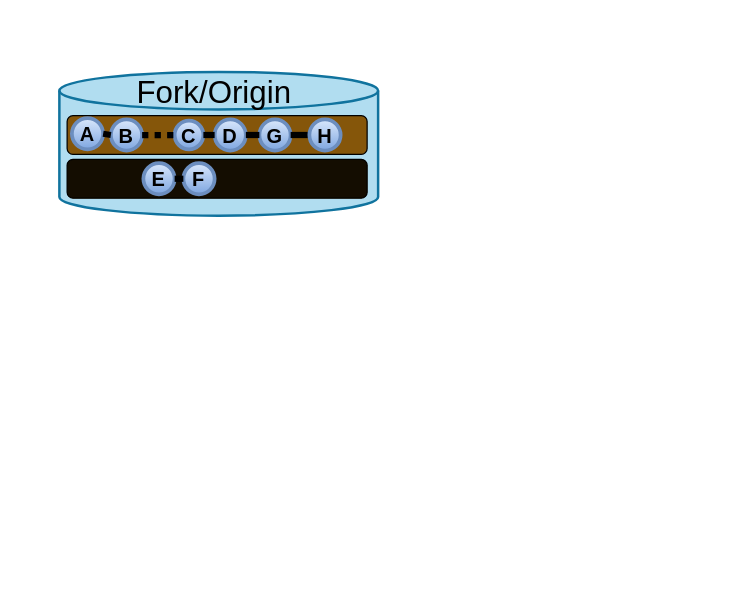
Earlier version of the draw.io diagram materials/images/BaseDiagram.drawio (HFOSSedu/GitKit-Codespace). Source tidied: cells renumbered, new cells numbered last; positions are measured from the earlier drawing's top-left corner, leaving out a move shared by most shapes. Both pictures are drawn from the tidied source at 125%, with x=0, y=0 at pixel (21, 21).
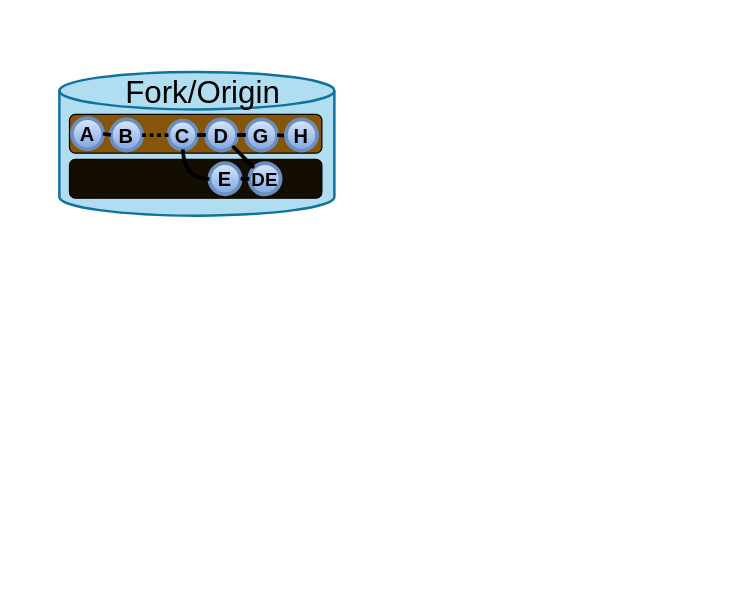
The same page after the edit.

Unchanged cells that the change refers to:
```xml
<mxCell id="9" value="A" style="ellipse;whiteSpace=wrap;html=1;fillColor=#dae8fc;fontSize=16;fontStyle=1;gradientColor=#7ea6e0;strokeColor=#6c8ebf;strokeWidth=3;" parent="1" vertex="1">
  <mxGeometry x="40" y="77" width="25" height="25" as="geometry" />
</mxCell>
<mxCell id="13" value="B" style="ellipse;whiteSpace=wrap;html=1;fillColor=#dae8fc;fontSize=16;fontStyle=1;gradientColor=#7ea6e0;strokeColor=#6c8ebf;strokeWidth=3;" parent="1" vertex="1">
  <mxGeometry x="71.2" y="78" width="25" height="25" as="geometry" />
</mxCell>
```

The edit, as a diff of the source:
```diff
@@
     <mxCell id="2" style="shape=cylinder3;whiteSpace=wrap;html=1;boundedLbl=1;backgroundOutline=1;size=15;labelBackgroundColor=default;fillColor=#b1ddf0;strokeColor=#10739e;strokeWidth=2;" parent="1" vertex="1">
-      <mxGeometry x="30" y="40" width="255" height="115" as="geometry" />
+      <mxGeometry x="30" y="40" width="220" height="115" as="geometry" />
     </mxCell>
     <mxCell id="3" style="rounded=1;whiteSpace=wrap;html=1;labelBackgroundColor=default;labelBorderColor=default;fillColor=#85560A;fontColor=#000000;strokeColor=default;fillStyle=solid;" parent="1" vertex="1">
-      <mxGeometry x="36.2" y="75" width="240" height="31" as="geometry" />
+      <mxGeometry x="38.1" y="74" width="201.9" height="31" as="geometry" />
     </mxCell>
     <mxCell id="4" style="group;" parent="1" vertex="1">
-      <mxGeometry x="36.2" y="110" width="240" height="31" as="geometry" />
+      <mxGeometry x="38.1" y="110" width="201.9" height="31" as="geometry" />
     </mxCell>
     <mxCell id="5" style="rounded=1;whiteSpace=wrap;html=1;labelBackgroundColor=#FF9933;labelBorderColor=#FF9933;fillColor=#C98609;fontColor=#000000;strokeColor=#000000;" parent="4" vertex="1">
-      <mxGeometry width="240" height="31" as="geometry" />
+      <mxGeometry width="201.9" height="31" as="geometry" />
     </mxCell>
     <mxCell id="6" style="rounded=1;whiteSpace=wrap;html=1;labelBackgroundColor=none;labelBorderColor=none;fillColor=light-dark(#000000,#000000);fontColor=light-dark(#FFFFFF,#000000);strokeColor=none;fillStyle=cross-hatch;opacity=90;fontSize=20;" parent="4" vertex="1">
-      <mxGeometry width="240" height="31" as="geometry" />
+      <mxGeometry width="201.9" height="31" as="geometry" />
     </mxCell>
-    <mxCell id="7" value="F" style="ellipse;whiteSpace=wrap;html=1;fillColor=#dae8fc;fontSize=16;fontStyle=1;gradientColor=#7ea6e0;strokeColor=#6c8ebf;strokeWidth=3;" parent="4" vertex="1">
-      <mxGeometry x="93" y="3" width="25" height="25" as="geometry" />
-    </mxCell>
+    <mxCell id="14" value="E" style="ellipse;whiteSpace=wrap;html=1;fillColor=#dae8fc;fontSize=16;fontStyle=1;gradientColor=#7ea6e0;strokeColor=#6c8ebf;strokeWidth=3;" parent="4" vertex="1">
+      <mxGeometry x="111.9" y="3" width="25" height="25" as="geometry" />
+    </mxCell>
+    <mxCell id="26" value="&lt;font style=&quot;font-size: 15px;&quot;&gt;DE&lt;/font&gt;" style="ellipse;whiteSpace=wrap;html=1;fillColor=#dae8fc;fontSize=16;fontStyle=1;gradientColor=#7ea6e0;strokeColor=#6c8ebf;strokeWidth=3;" parent="4" vertex="1">
+      <mxGeometry x="143.9" y="3" width="25" height="25" as="geometry" />
+    </mxCell>
+    <mxCell id="27" style="endArrow=none;html=1;rounded=0;spacing=2;strokeWidth=3;exitX=1;exitY=0.5;exitDx=0;exitDy=0;entryX=0;entryY=0.5;entryDx=0;entryDy=0;" parent="4" edge="1" source="14" target="26">
+      <mxGeometry relative="1" as="geometry" />
+    </mxCell>
     <mxCell id="8" value="Fork/Origin" style="text;html=1;whiteSpace=wrap;strokeColor=none;fillColor=none;align=center;verticalAlign=middle;rounded=0;fontSize=25;" parent="1" vertex="1">
-      <mxGeometry x="65" y="40" width="177.5" height="30" as="geometry" />
+      <mxGeometry x="56.2" y="40" width="177.5" height="30" as="geometry" />
     </mxCell>
@@
     <mxCell id="10" value="C" style="ellipse;whiteSpace=wrap;html=1;fillColor=#dae8fc;fontSize=16;fontStyle=1;gradientColor=#7ea6e0;strokeColor=#6c8ebf;strokeWidth=3;" parent="1" vertex="1">
-      <mxGeometry x="122.2" y="79" width="23" height="23" as="geometry" />
+      <mxGeometry x="117.2" y="79" width="23" height="23" as="geometry" />
     </mxCell>
     <mxCell id="11" value="D" style="ellipse;whiteSpace=wrap;html=1;fillColor=#dae8fc;fontSize=16;fontStyle=1;gradientColor=#7ea6e0;strokeColor=#6c8ebf;strokeWidth=3;" parent="1" vertex="1">
-      <mxGeometry x="154.2" y="78" width="25" height="25" as="geometry" />
+      <mxGeometry x="147.2" y="78" width="25" height="25" as="geometry" />
     </mxCell>
-    <mxCell id="12" style="endArrow=none;html=1;rounded=0;spacing=2;strokeWidth=5;entryX=0;entryY=0.5;entryDx=0;entryDy=0;exitX=1;exitY=0.5;exitDx=0;exitDy=0;" parent="1" edge="1" source="10" target="11">
+    <mxCell id="12" style="endArrow=none;html=1;rounded=0;spacing=2;strokeWidth=3;entryX=0;entryY=0.5;entryDx=0;entryDy=0;exitX=1;exitY=0.5;exitDx=0;exitDy=0;" parent="1" edge="1" source="10" target="11">
       <mxGeometry relative="1" as="geometry" />
     </mxCell>
@@
-    <mxCell id="14" value="E" style="ellipse;whiteSpace=wrap;html=1;fillColor=#dae8fc;fontSize=16;fontStyle=1;gradientColor=#7ea6e0;strokeColor=#6c8ebf;strokeWidth=3;" parent="1" vertex="1">
-      <mxGeometry x="97.2" y="113" width="25" height="25" as="geometry" />
-    </mxCell>
     <mxCell id="15" value="G" style="ellipse;whiteSpace=wrap;html=1;fillColor=#dae8fc;fontSize=16;fontStyle=1;gradientColor=#7ea6e0;strokeColor=#6c8ebf;strokeWidth=3;" parent="1" vertex="1">
-      <mxGeometry x="190" y="78" width="25" height="25" as="geometry" />
+      <mxGeometry x="179.2" y="78" width="25" height="25" as="geometry" />
     </mxCell>
-    <mxCell id="16" style="endArrow=none;html=1;rounded=0;spacing=2;strokeWidth=5;exitX=1;exitY=0.5;exitDx=0;exitDy=0;entryX=0;entryY=0.5;entryDx=0;entryDy=0;" parent="1" edge="1" source="11" target="15">
+    <mxCell id="16" style="endArrow=none;html=1;rounded=0;spacing=2;strokeWidth=3;exitX=1;exitY=0.5;exitDx=0;exitDy=0;entryX=0;entryY=0.5;entryDx=0;entryDy=0;" parent="1" edge="1" source="11" target="15">
       <mxGeometry relative="1" as="geometry" />
     </mxCell>
-    <mxCell id="17" style="endArrow=none;html=1;rounded=0;spacing=2;strokeWidth=5;entryX=0;entryY=0.5;entryDx=0;entryDy=0;exitX=1;exitY=0.5;exitDx=0;exitDy=0;dashed=1;dashPattern=1 1;" parent="1" edge="1" source="13" target="10">
+    <mxCell id="17" style="endArrow=none;html=1;rounded=0;spacing=2;strokeWidth=3;entryX=0;entryY=0.5;entryDx=0;entryDy=0;exitX=1;exitY=0.5;exitDx=0;exitDy=0;dashed=1;dashPattern=1 1;" parent="1" edge="1" source="13" target="10">
       <mxGeometry relative="1" as="geometry" />
     </mxCell>
-    <mxCell id="18" style="endArrow=none;html=1;rounded=0;spacing=2;strokeWidth=5;entryX=0;entryY=0.5;entryDx=0;entryDy=0;exitX=1;exitY=0.5;exitDx=0;exitDy=0;" parent="1" edge="1" source="9" target="13">
+    <mxCell id="18" style="endArrow=none;html=1;rounded=0;spacing=2;strokeWidth=3;entryX=0;entryY=0.5;entryDx=0;entryDy=0;exitX=1;exitY=0.5;exitDx=0;exitDy=0;" parent="1" edge="1" source="9" target="13">
       <mxGeometry relative="1" as="geometry" />
     </mxCell>
-    <mxCell id="19" style="endArrow=none;html=1;rounded=0;spacing=2;strokeWidth=5;entryX=0;entryY=0.5;entryDx=0;entryDy=0;exitX=1;exitY=0.5;exitDx=0;exitDy=0;" parent="1" edge="1" source="14" target="7">
-      <mxGeometry relative="1" as="geometry" />
-    </mxCell>
-    <mxCell id="20" style="endArrow=none;html=1;rounded=0;spacing=2;strokeWidth=5;exitX=1;exitY=0.5;exitDx=0;exitDy=0;entryX=0;entryY=0.5;entryDx=0;entryDy=0;" parent="1" edge="1" source="15" target="21">
-      <mxGeometry relative="1" as="geometry" />
+    <mxCell id="20" style="endArrow=none;html=1;rounded=0;spacing=2;strokeWidth=3;exitX=1;exitY=0.5;exitDx=0;exitDy=0;entryX=0;entryY=0.5;entryDx=0;entryDy=0;" parent="1" edge="1" source="15" target="21">
+      <mxGeometry relative="1" as="geometry">
+        <Array as="points">
+          <mxPoint x="210" y="91" />
+        </Array>
+      </mxGeometry>
     </mxCell>
     <mxCell id="21" value="H" style="ellipse;whiteSpace=wrap;html=1;fillColor=#dae8fc;fontSize=16;fontStyle=1;gradientColor=#7ea6e0;strokeColor=#6c8ebf;strokeWidth=3;" parent="1" vertex="1">
-      <mxGeometry x="230" y="78" width="25" height="25" as="geometry" />
+      <mxGeometry x="211.2" y="78" width="25" height="25" as="geometry" />
     </mxCell>
@@
+    <mxCell id="28" style="curved=1;endArrow=none;html=1;rounded=0;strokeWidth=3;endSize=1;exitX=0.5;exitY=1;exitDx=0;exitDy=0;entryX=0;entryY=0.5;entryDx=0;entryDy=0;endFill=0;" parent="1" edge="1" source="10" target="14">
+      <mxGeometry relative="1" as="geometry">
+        <Array as="points">
+          <mxPoint x="130" y="126" />
+        </Array>
+      </mxGeometry>
+    </mxCell>
+    <mxCell id="29" style="endArrow=none;html=1;rounded=0;spacing=2;strokeWidth=3;exitX=1;exitY=1;exitDx=0;exitDy=0;entryX=0;entryY=0;entryDx=0;entryDy=0;" parent="1" edge="1" source="11" target="26">
+      <mxGeometry relative="1" as="geometry" />
+    </mxCell>
```
